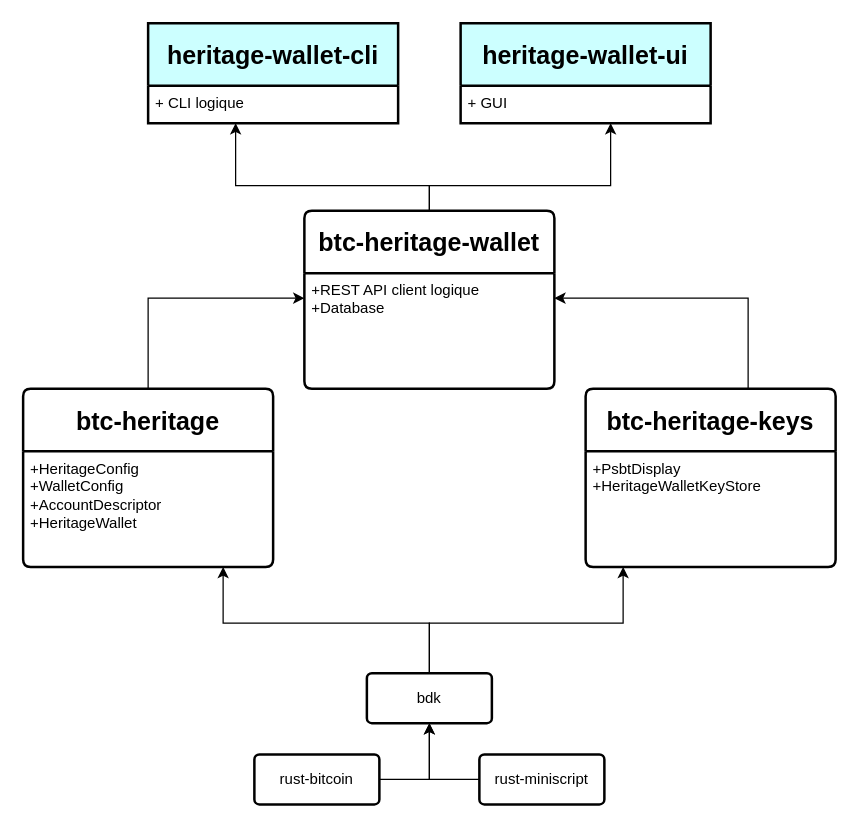
Before: page "global-architecture" (1 of 2) of docs/schemas.drawio in crypto7world/btc-heritage, a draw.io diagram. Source tidied: cells renumbered, new cells numbered last; positions are measured from the earlier drawing's top-left corner, leaving out a move shared by most shapes. Both pictures are drawn from the tidied source at 125%, with x=0, y=0 at pixel (22, 22).
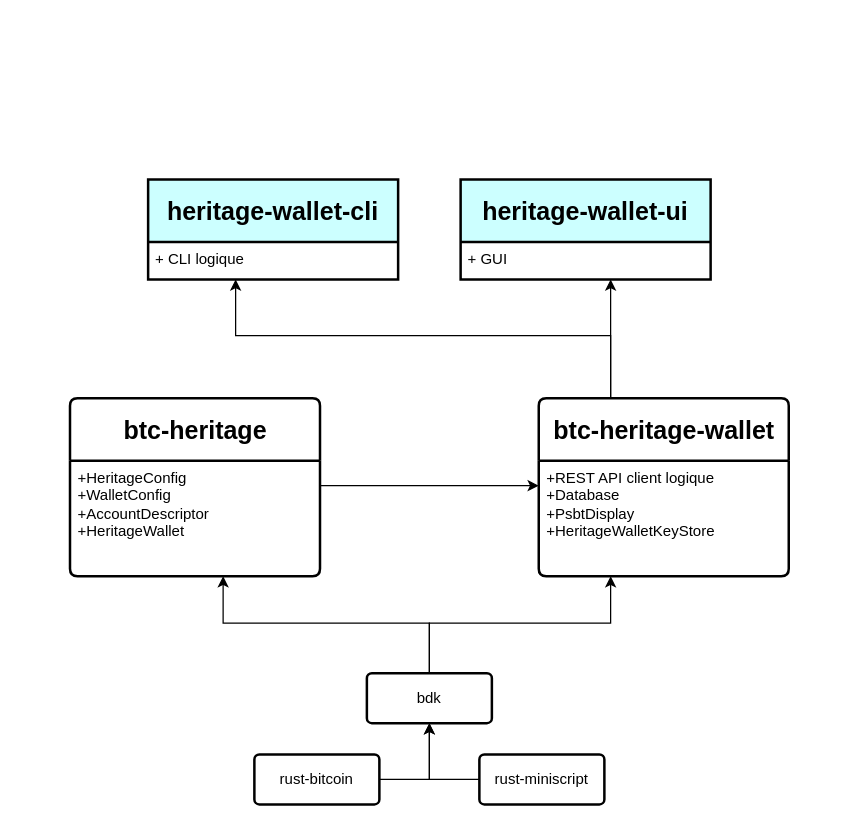
The same page after the edit.

The change refers to these unchanged cells:
```xml
<mxCell id="9" value="bdk" style="rounded=1;arcSize=10;whiteSpace=wrap;html=1;align=center;strokeWidth=2;" parent="1" vertex="1">
  <mxGeometry x="275" y="520" width="100" height="40" as="geometry" />
</mxCell>
<mxCell id="16" value="+ CLI logique" style="align=left;strokeColor=none;fillColor=none;spacingLeft=4;fontSize=12;verticalAlign=top;html=1;" parent="15" vertex="1">
  <mxGeometry y="50" width="200" height="30" as="geometry" />
</mxCell>
<mxCell id="18" value="+ GUI" style="align=left;strokeColor=none;fillColor=none;spacingLeft=4;fontSize=12;verticalAlign=top;html=1;" parent="17" vertex="1">
  <mxGeometry y="50" width="200" height="30" as="geometry" />
</mxCell>
```

Diff of the diagram source:
```diff
@@
     <mxCell id="3" style="edgeStyle=orthogonalEdgeStyle;rounded=0;jettySize=auto;html=1;" parent="1" edge="1" source="4" target="22">
       <mxGeometry relative="1" as="geometry">
         <Array as="points">
-          <mxPoint x="100" y="220" />
+          <mxPoint x="310" y="370" />
+          <mxPoint x="310" y="370" />
         </Array>
       </mxGeometry>
     </mxCell>
     <mxCell id="4" value="&lt;b&gt;&lt;font style=&quot;font-size: 20px;&quot;&gt;btc-heritage&lt;/font&gt;&lt;/b&gt;" style="swimlane;horizontal=1;startSize=50;rounded=1;fontSize=14;fontStyle=0;strokeWidth=2;shadow=0;dashed=0;align=center;arcSize=4;whiteSpace=wrap;html=1;" parent="1" vertex="1">
-      <mxGeometry y="292.5" width="200" height="142.5" as="geometry" />
+      <mxGeometry x="37.5" y="300" width="200" height="142.5" as="geometry" />
     </mxCell>
@@
-    <mxCell id="8" style="edgeStyle=orthogonalEdgeStyle;rounded=0;jettySize=auto;html=1;" parent="1" edge="1" source="9" target="14">
+    <mxCell id="8" style="edgeStyle=orthogonalEdgeStyle;rounded=0;jettySize=auto;html=1;" parent="1" edge="1" source="9" target="22">
       <mxGeometry relative="1" as="geometry">
         <Array as="points">
           <mxPoint x="325" y="480" />
-          <mxPoint x="480" y="480" />
+          <mxPoint x="470" y="480" />
         </Array>
       </mxGeometry>
     </mxCell>
@@
-    <mxCell id="12" style="edgeStyle=orthogonalEdgeStyle;rounded=0;jettySize=auto;html=1;" parent="1" edge="1" source="13" target="22">
-      <mxGeometry relative="1" as="geometry">
-        <Array as="points">
-          <mxPoint x="580" y="220" />
-        </Array>
-      </mxGeometry>
-    </mxCell>
-    <mxCell id="13" value="&lt;b&gt;&lt;font style=&quot;font-size: 20px;&quot;&gt;btc-heritage-keys&lt;/font&gt;&lt;/b&gt;" style="swimlane;horizontal=1;startSize=50;rounded=1;fontSize=14;fontStyle=0;strokeWidth=2;shadow=0;dashed=0;align=center;arcSize=4;whiteSpace=wrap;html=1;" parent="1" vertex="1">
-      <mxGeometry x="450" y="292.5" width="200" height="142.5" as="geometry" />
-    </mxCell>
-    <mxCell id="14" value="+PsbtDisplay&lt;br style=&quot;border-color: var(--border-color);&quot;&gt;+HeritageWalletKeyStore" style="align=left;strokeColor=none;fillColor=none;spacingLeft=4;fontSize=12;verticalAlign=top;html=1;" parent="13" vertex="1">
-      <mxGeometry y="50" width="200" height="92.5" as="geometry" />
-    </mxCell>
     <mxCell id="15" value="&lt;b&gt;&lt;font style=&quot;font-size: 20px;&quot;&gt;heritage-wallet-cli&lt;/font&gt;&lt;/b&gt;" style="swimlane;horizontal=1;startSize=50;rounded=0;fontSize=14;fontStyle=0;strokeWidth=2;shadow=0;dashed=0;align=center;arcSize=4;whiteSpace=wrap;html=1;fillColor=#CCFFFF;" parent="1" vertex="1">
-      <mxGeometry x="100" width="200" height="80" as="geometry" />
+      <mxGeometry x="100" y="125" width="200" height="80" as="geometry" />
     </mxCell>
@@
     <mxCell id="17" value="&lt;b&gt;&lt;font style=&quot;font-size: 20px;&quot;&gt;heritage-wallet-ui&lt;/font&gt;&lt;/b&gt;" style="swimlane;horizontal=1;startSize=50;rounded=0;fontSize=14;fontStyle=0;strokeWidth=2;shadow=0;dashed=0;align=center;arcSize=4;whiteSpace=wrap;html=1;fillColor=#CCFFFF;" parent="1" vertex="1">
-      <mxGeometry x="350" width="200" height="80" as="geometry" />
+      <mxGeometry x="350" y="125" width="200" height="80" as="geometry" />
     </mxCell>
@@
     <mxCell id="19" style="edgeStyle=orthogonalEdgeStyle;rounded=0;jettySize=auto;html=1;" parent="1" edge="1" source="21" target="16">
       <mxGeometry relative="1" as="geometry">
         <Array as="points">
-          <mxPoint x="325" y="130" />
-          <mxPoint x="170" y="130" />
+          <mxPoint x="470" y="250" />
+          <mxPoint x="170" y="250" />
         </Array>
       </mxGeometry>
     </mxCell>
     <mxCell id="20" style="rounded=0;jettySize=auto;html=1;edgeStyle=orthogonalEdgeStyle;" parent="1" edge="1" source="21" target="18">
       <mxGeometry relative="1" as="geometry">
         <Array as="points">
-          <mxPoint x="325" y="130" />
-          <mxPoint x="470" y="130" />
+          <mxPoint x="470" y="210" />
+          <mxPoint x="470" y="210" />
         </Array>
       </mxGeometry>
     </mxCell>
     <mxCell id="21" value="&lt;b&gt;&lt;font style=&quot;font-size: 20px;&quot;&gt;btc-heritage-wallet&lt;/font&gt;&lt;/b&gt;" style="swimlane;horizontal=1;startSize=50;rounded=1;fontSize=14;fontStyle=0;strokeWidth=2;shadow=0;dashed=0;align=center;arcSize=4;whiteSpace=wrap;html=1;" parent="1" vertex="1">
-      <mxGeometry x="225" y="150" width="200" height="142.5" as="geometry" />
+      <mxGeometry x="412.5" y="300" width="200" height="142.5" as="geometry" />
     </mxCell>
-    <mxCell id="22" value="+REST API client logique&lt;div&gt;+Database&lt;/div&gt;" style="align=left;strokeColor=none;fillColor=none;spacingLeft=4;fontSize=12;verticalAlign=top;html=1;" parent="21" vertex="1">
+    <mxCell id="22" value="+REST API client logique&lt;div&gt;+Database&lt;/div&gt;&lt;div&gt;+PsbtDisplay&lt;br style=&quot;border-color: var(--border-color);&quot;&gt;+HeritageWalletKeyStore&lt;br&gt;&lt;/div&gt;" style="align=left;strokeColor=none;fillColor=none;spacingLeft=4;fontSize=12;verticalAlign=top;html=1;" parent="21" vertex="1">
       <mxGeometry y="50" width="200" height="92.5" as="geometry" />
     </mxCell>
```
